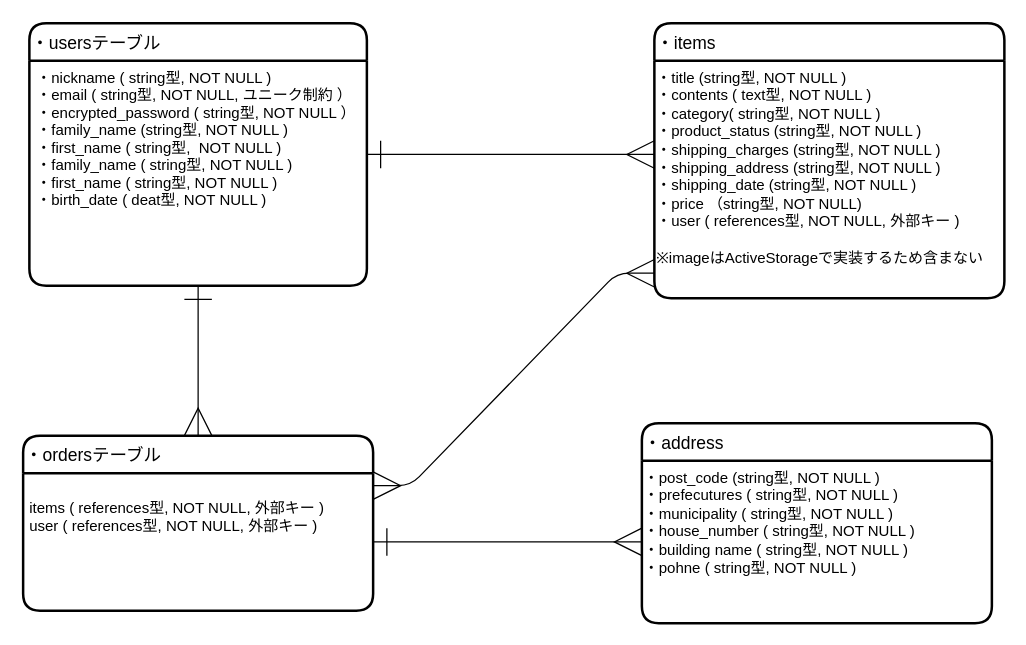
The draw.io diagram furima.dio in Tkannbara/furima-37988, before the edit. Source tidied: cells renumbered, new cells numbered last; positions are measured from the earlier drawing's top-left corner, leaving out a move shared by most shapes. Both pictures are drawn from the tidied source at 125%, with x=0, y=0 at pixel (22, 22).
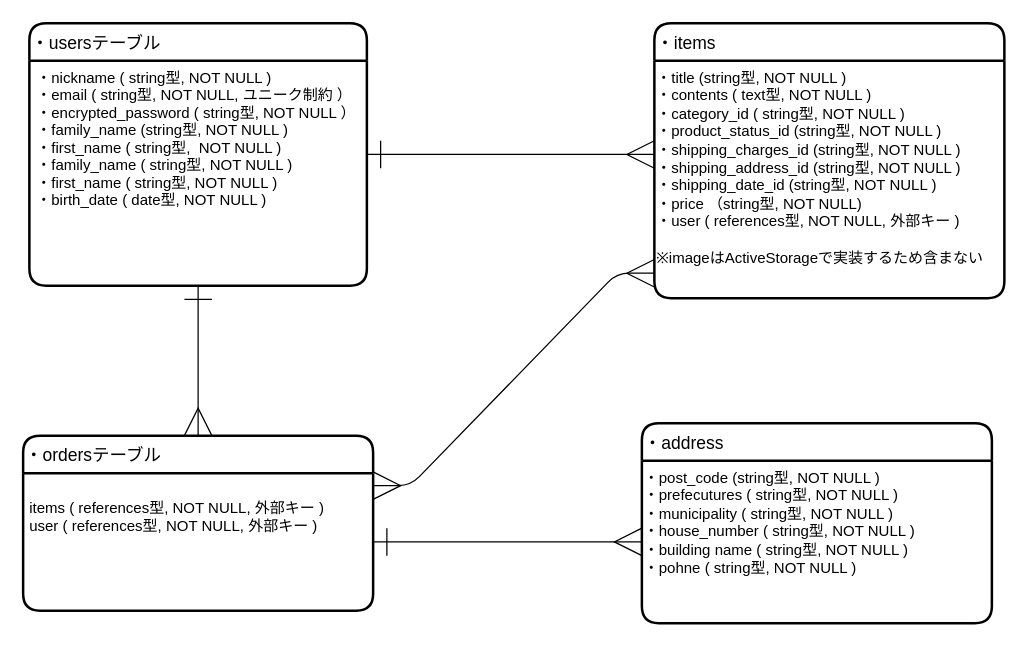
The same diagram, later.

Commit message (it also covers changes not shown here):
READMEの修正とER図の修正

The edit, as a diff of the source:
```diff
@@
 <mxGraphModel>
   <root>
     <mxCell id="0" />
     <mxCell id="1" parent="0" />
     <mxCell id="2" style="edgeStyle=none;html=1;entryX=0;entryY=0.395;entryDx=0;entryDy=0;entryPerimeter=0;startArrow=ERone;startFill=0;endArrow=ERmany;endFill=0;endSize=20;startSize=20;" parent="1" edge="1" source="3" target="6">
       <mxGeometry relative="1" as="geometry" />
     </mxCell>
     <mxCell id="3" value="・usersテーブル" style="swimlane;horizontal=1;startSize=30;rounded=1;fontSize=14;fontStyle=0;strokeWidth=2;shadow=0;dashed=0;align=left;" parent="1" vertex="1">
       <mxGeometry x="5" width="270" height="210" as="geometry" />
     </mxCell>
-    <mxCell id="4" value="・nickname ( string型, NOT NULL )&#10;・email ( string型, NOT NULL, ユニーク制約 ）&#10;・encrypted_password ( string型, NOT NULL ）&#10;・family_name (string型, NOT NULL )&#10;・first_name ( string型,  NOT NULL )&#10;・family_name ( string型, NOT NULL )&#10;・first_name ( string型, NOT NULL )&#10;・birth_date ( deat型, NOT NULL )" style="align=left;strokeColor=none;fillColor=none;spacingLeft=4;fontSize=12;verticalAlign=top;" parent="3" vertex="1">
+    <mxCell id="4" value="・nickname ( string型, NOT NULL )&#10;・email ( string型, NOT NULL, ユニーク制約 ）&#10;・encrypted_password ( string型, NOT NULL ）&#10;・family_name (string型, NOT NULL )&#10;・first_name ( string型,  NOT NULL )&#10;・family_name ( string型, NOT NULL )&#10;・first_name ( string型, NOT NULL )&#10;・birth_date ( date型, NOT NULL )" style="align=left;strokeColor=none;fillColor=none;spacingLeft=4;fontSize=12;verticalAlign=top;" parent="3" vertex="1">
       <mxGeometry y="30" width="270" height="180" as="geometry" />
     </mxCell>
     <mxCell id="5" value="・items" style="swimlane;horizontal=1;startSize=30;rounded=1;fontSize=14;fontStyle=0;strokeWidth=2;shadow=0;dashed=0;align=left;" parent="1" vertex="1">
       <mxGeometry x="505" width="280" height="220" as="geometry" />
     </mxCell>
-    <mxCell id="6" value="・title (string型, NOT NULL )&lt;br&gt;・contents ( text型, NOT NULL )&lt;br&gt;・category( string型, NOT NULL )&lt;br&gt;・product_status (string型, NOT NULL )&lt;br&gt;・shipping_charges (string型, NOT NULL )&lt;br&gt;・shipping_address (string型, NOT NULL )&lt;br&gt;・shipping_date (string型, NOT NULL )&lt;br&gt;・price （string型, NOT NULL)&lt;br&gt;・user ( references型, NOT NULL, 外部キー )&lt;br&gt;&lt;br&gt;※imageはActiveStorageで実装するため含まない" style="text;html=1;align=left;verticalAlign=top;points=[];strokeColor=none;fillColor=none;" parent="5" vertex="1">
+    <mxCell id="6" value="・title (string型, NOT NULL )&lt;br&gt;・contents ( text型, NOT NULL )&lt;br&gt;・category_id ( string型, NOT NULL )&lt;br&gt;・product_status_id (string型, NOT NULL )&lt;br&gt;・shipping_charges_id (string型, NOT NULL )&lt;br&gt;・shipping_address_id (string型, NOT NULL )&lt;br&gt;・shipping_date_id (string型, NOT NULL )&lt;br&gt;・price （string型, NOT NULL)&lt;br&gt;・user ( references型, NOT NULL, 外部キー )&lt;br&gt;&lt;br&gt;※imageはActiveStorageで実装するため含まない" style="text;html=1;align=left;verticalAlign=top;points=[];strokeColor=none;fillColor=none;" parent="5" vertex="1">
       <mxGeometry y="30" width="280" height="190" as="geometry" />
     </mxCell>
     <mxCell id="7" value="・ordersテーブル" style="swimlane;horizontal=1;startSize=30;rounded=1;fontSize=14;fontStyle=0;strokeWidth=2;shadow=0;dashed=0;align=left;" parent="1" vertex="1">
       <mxGeometry y="330" width="280" height="140" as="geometry" />
     </mxCell>
     <mxCell id="8" style="edgeStyle=entityRelationEdgeStyle;fontSize=12;html=1;endArrow=ERmany;startSize=20;endSize=20;entryX=0;entryY=0.895;entryDx=0;entryDy=0;entryPerimeter=0;startArrow=ERmany;startFill=0;" parent="7" edge="1" target="6">
       <mxGeometry relative="1" as="geometry">
         <mxPoint x="280" y="40" as="sourcePoint" />
       </mxGeometry>
     </mxCell>
     <mxCell id="9" value="&lt;br&gt;&amp;nbsp;items ( references型, NOT NULL, 外部キー )&lt;br&gt;&amp;nbsp;user ( references型, NOT NULL, 外部キー )" style="text;html=1;align=left;verticalAlign=top;points=[];strokeColor=none;fillColor=none;" parent="7" vertex="1">
       <mxGeometry y="30" width="280" height="110" as="geometry" />
     </mxCell>
     <mxCell id="10" value="・address" style="swimlane;horizontal=1;startSize=30;rounded=1;fontSize=14;fontStyle=0;strokeWidth=2;shadow=0;dashed=0;align=left;" parent="1" vertex="1">
       <mxGeometry x="495" y="320" width="280" height="160" as="geometry" />
     </mxCell>
     <mxCell id="11" value="・post_code (string型, NOT NULL )&lt;br&gt;・prefecutures ( string型, NOT NULL )&lt;br&gt;・municipality ( string型, NOT NULL )&lt;br&gt;・house_number ( string型, NOT NULL )&lt;br&gt;・building name ( string型, NOT NULL )&lt;br&gt;・pohne&amp;nbsp;( string型, NOT NULL )" style="text;html=1;align=left;verticalAlign=top;points=[];strokeColor=none;fillColor=none;" parent="10" vertex="1">
       <mxGeometry y="30" width="280" height="130" as="geometry" />
     </mxCell>
     <mxCell id="12" style="edgeStyle=none;html=1;exitX=0.5;exitY=1;exitDx=0;exitDy=0;entryX=0.5;entryY=0;entryDx=0;entryDy=0;startArrow=ERone;startFill=0;endArrow=ERmany;endFill=0;startSize=20;endSize=20;" parent="1" edge="1" source="4" target="7">
       <mxGeometry relative="1" as="geometry" />
     </mxCell>
     <mxCell id="13" style="edgeStyle=none;html=1;startArrow=ERone;startFill=0;endArrow=ERmany;endFill=0;startSize=20;endSize=20;" parent="1" edge="1" source="9" target="11">
       <mxGeometry relative="1" as="geometry" />
     </mxCell>
   </root>
 </mxGraphModel>
```
